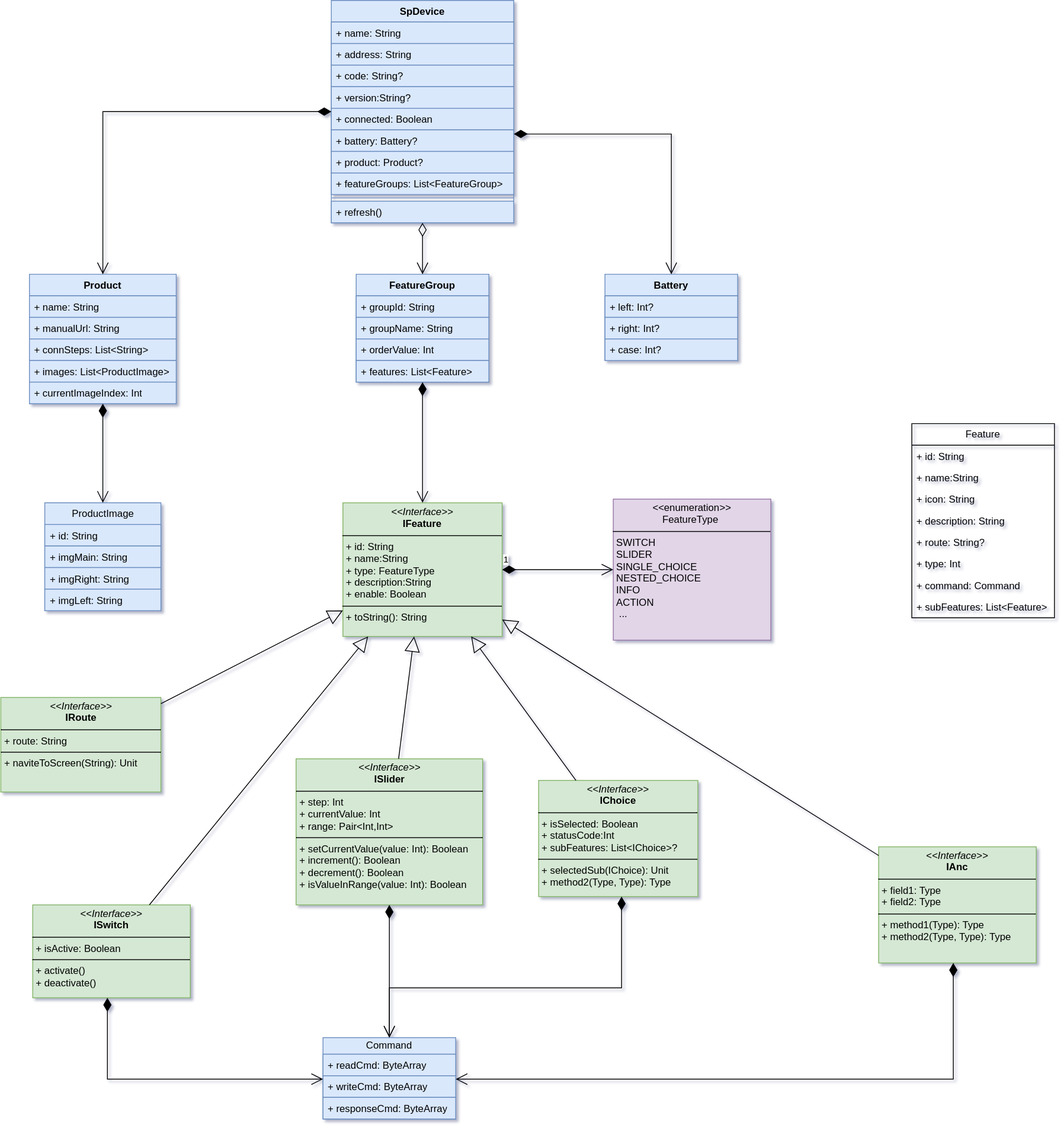
This is sp-device.drawio.svg from kekemao00/draw-libs, a draw.io export, as it was before one commit. Source tidied: cells renumbered, new cells last; positions are measured from the earlier drawing's top-left corner, leaving out a move shared by most shapes.
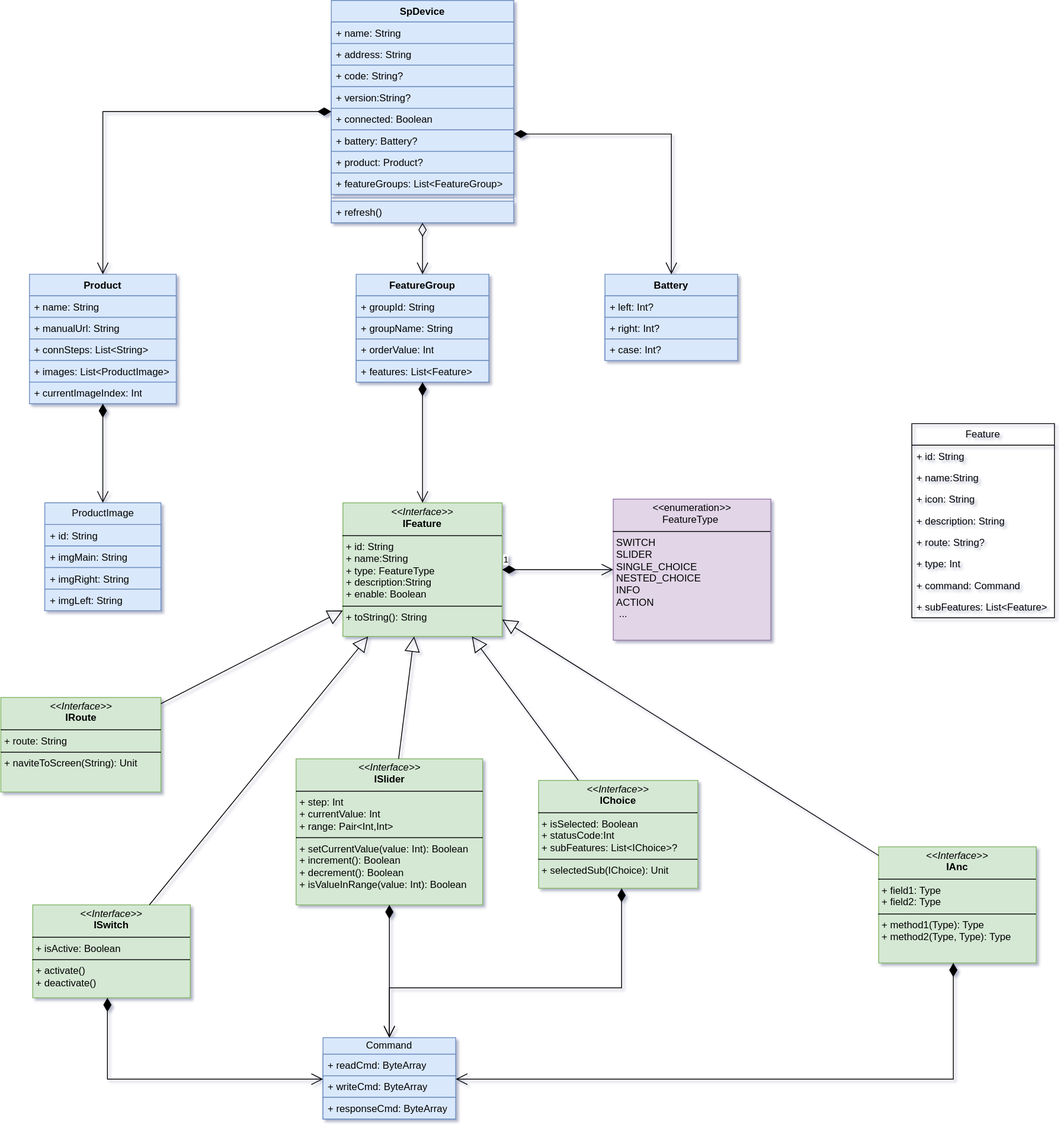
The same file after the commit.

What changed in the source:
```diff
@@ -140,8 +140,8 @@
     <mxCell id="47" value="&lt;p style=&quot;margin:0px;margin-top:4px;text-align:center;&quot;&gt;&lt;i&gt;&amp;lt;&amp;lt;Interface&amp;gt;&amp;gt;&lt;/i&gt;&lt;br&gt;&lt;b&gt;IRoute&lt;/b&gt;&lt;/p&gt;&lt;hr size=&quot;1&quot; style=&quot;border-style:solid;&quot;&gt;&lt;p style=&quot;margin:0px;margin-left:4px;&quot;&gt;+ route: String&lt;/p&gt;&lt;hr size=&quot;1&quot; style=&quot;border-style:solid;&quot;&gt;&lt;p style=&quot;margin:0px;margin-left:4px;&quot;&gt;+ naviteToScreen(String): Unit&lt;br&gt;&lt;/p&gt;" style="verticalAlign=top;align=left;overflow=fill;html=1;whiteSpace=wrap;fillColor=#d5e8d4;strokeColor=#82b366;" parent="1" vertex="1">
       <mxGeometry x="-0.5" y="840" width="193" height="114" as="geometry" />
     </mxCell>
-    <mxCell id="48" value="&lt;p style=&quot;margin:0px;margin-top:4px;text-align:center;&quot;&gt;&lt;i&gt;&amp;lt;&amp;lt;Interface&amp;gt;&amp;gt;&lt;/i&gt;&lt;br&gt;&lt;b&gt;IChoice&lt;/b&gt;&lt;/p&gt;&lt;hr size=&quot;1&quot; style=&quot;border-style:solid;&quot;&gt;&lt;p style=&quot;margin:0px;margin-left:4px;&quot;&gt;+ isSelected: Boolean&lt;br&gt;+ statusCode:Int&lt;br&gt;+ subFeatures: List&amp;lt;IChoice&amp;gt;?&lt;/p&gt;&lt;hr size=&quot;1&quot; style=&quot;border-style:solid;&quot;&gt;&lt;p style=&quot;margin:0px;margin-left:4px;&quot;&gt;+ selectedSub(IChoice): Unit&lt;br&gt;+ method2(Type, Type): Type&lt;/p&gt;" style="verticalAlign=top;align=left;overflow=fill;html=1;whiteSpace=wrap;fillColor=#d5e8d4;strokeColor=#82b366;" parent="1" vertex="1">
-      <mxGeometry x="648" y="940" width="192" height="140" as="geometry" />
+    <mxCell id="48" value="&lt;p style=&quot;margin:0px;margin-top:4px;text-align:center;&quot;&gt;&lt;i&gt;&amp;lt;&amp;lt;Interface&amp;gt;&amp;gt;&lt;/i&gt;&lt;br&gt;&lt;b&gt;IChoice&lt;/b&gt;&lt;/p&gt;&lt;hr size=&quot;1&quot; style=&quot;border-style:solid;&quot;&gt;&lt;p style=&quot;margin:0px;margin-left:4px;&quot;&gt;+ isSelected: Boolean&lt;br&gt;+ statusCode:Int&lt;br&gt;+ subFeatures: List&amp;lt;IChoice&amp;gt;?&lt;/p&gt;&lt;hr size=&quot;1&quot; style=&quot;border-style:solid;&quot;&gt;&lt;p style=&quot;margin:0px;margin-left:4px;&quot;&gt;+ selectedSub(IChoice): Unit&lt;br&gt;&lt;/p&gt;" style="verticalAlign=top;align=left;overflow=fill;html=1;whiteSpace=wrap;fillColor=#d5e8d4;strokeColor=#82b366;" parent="1" vertex="1">
+      <mxGeometry x="648" y="940" width="192" height="130" as="geometry" />
     </mxCell>
     <mxCell id="49" value="&lt;p style=&quot;margin:0px;margin-top:4px;text-align:center;&quot;&gt;&lt;i&gt;&amp;lt;&amp;lt;Interface&amp;gt;&amp;gt;&lt;/i&gt;&lt;br&gt;&lt;b&gt;IAnc&lt;/b&gt;&lt;/p&gt;&lt;hr size=&quot;1&quot; style=&quot;border-style:solid;&quot;&gt;&lt;p style=&quot;margin:0px;margin-left:4px;&quot;&gt;+ field1: Type&lt;br&gt;+ field2: Type&lt;/p&gt;&lt;hr size=&quot;1&quot; style=&quot;border-style:solid;&quot;&gt;&lt;p style=&quot;margin:0px;margin-left:4px;&quot;&gt;+ method1(Type): Type&lt;br&gt;+ method2(Type, Type): Type&lt;/p&gt;" style="verticalAlign=top;align=left;overflow=fill;html=1;whiteSpace=wrap;fillColor=#d5e8d4;strokeColor=#82b366;" parent="1" vertex="1">
       <mxGeometry x="1058" y="1020" width="190" height="140" as="geometry" />
```
